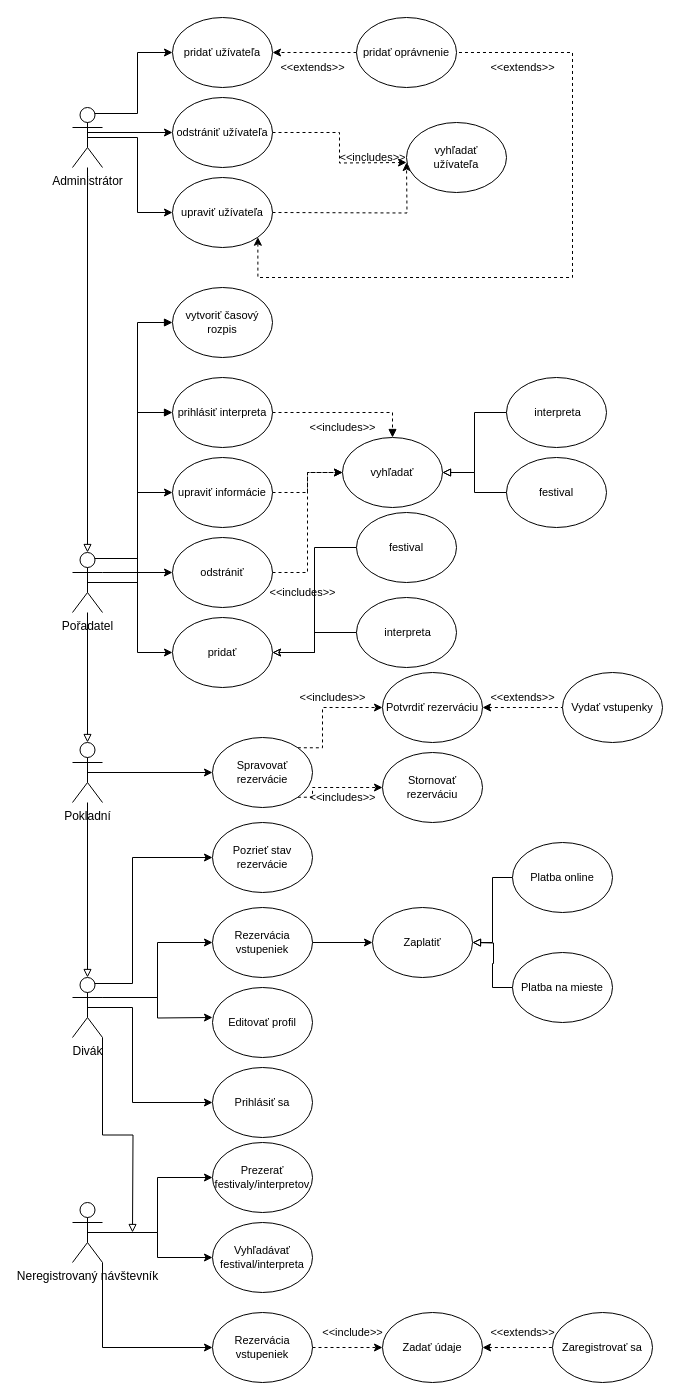
Above: doc/iis_usecase.drawio in palko08/IIS20 (draw.io), before the change. Source tidied: cells renumbered, new cells numbered last; positions are measured from the earlier drawing's top-left corner, leaving out a move shared by most shapes. Both pictures are drawn from the tidied source at 100%, with x=0, y=0 at pixel (72, 17).
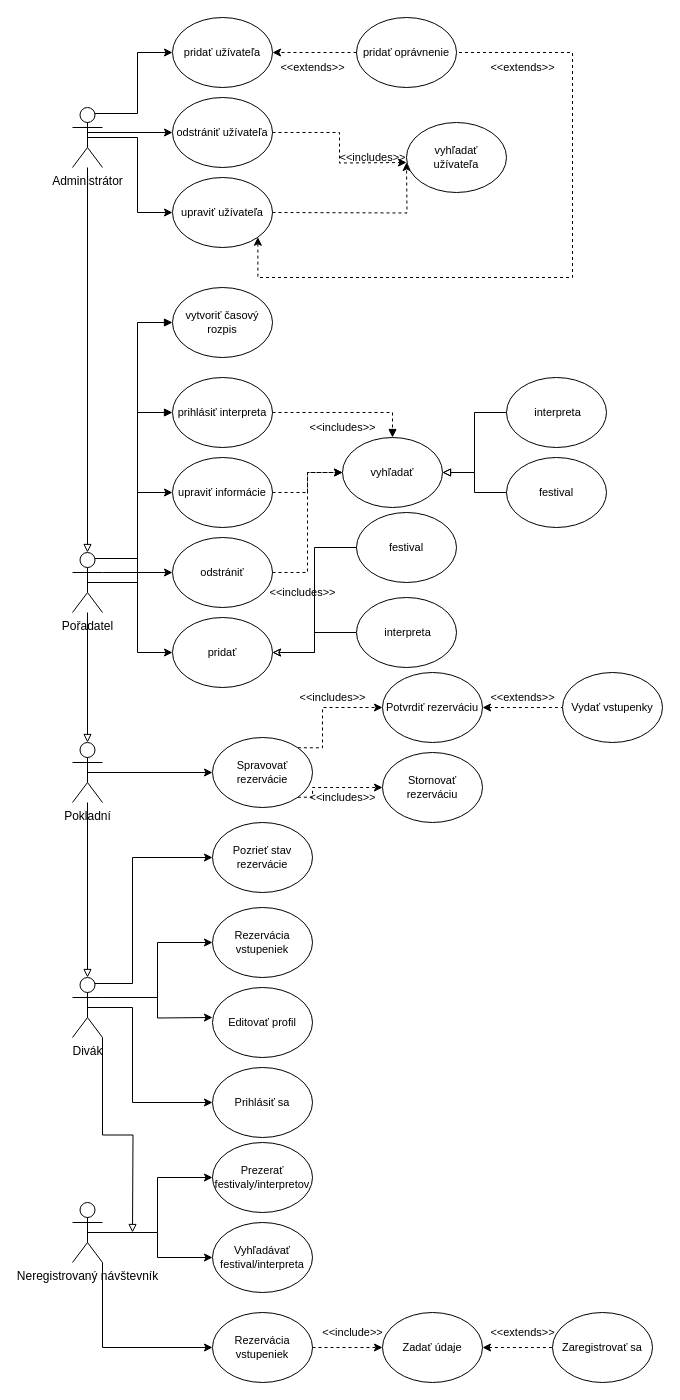
After the change.

Commit message (it also covers changes not shown here):
use case kupit vstupenky zmazane

The edit, as a diff of the source:
```diff
@@
-    <mxCell id="36" style="edgeStyle=orthogonalEdgeStyle;rounded=0;orthogonalLoop=1;jettySize=auto;html=1;exitX=1;exitY=0.5;exitDx=0;exitDy=0;entryX=0;entryY=0.5;entryDx=0;entryDy=0;startArrow=none;startFill=0;endArrow=classic;endFill=1;fontSize=11;" parent="1" edge="1">
-      <mxGeometry relative="1" as="geometry">
-        <mxPoint x="240" y="925" as="sourcePoint" />
-        <mxPoint x="300" y="925" as="targetPoint" />
-      </mxGeometry>
-    </mxCell>
@@
-    <mxCell id="39" style="edgeStyle=orthogonalEdgeStyle;rounded=0;jettySize=auto;html=1;exitX=1;exitY=0.5;exitDx=0;exitDy=0;entryX=0;entryY=0.5;entryDx=0;entryDy=0;startArrow=block;startFill=0;endArrow=none;endFill=0;fontSize=11;" parent="1" edge="1" target="43">
-      <mxGeometry relative="1" as="geometry">
-        <mxPoint x="400" y="925" as="sourcePoint" />
-      </mxGeometry>
-    </mxCell>
-    <mxCell id="40" style="edgeStyle=orthogonalEdgeStyle;rounded=0;jettySize=auto;html=1;exitX=1;exitY=0.5;exitDx=0;exitDy=0;entryX=0;entryY=0.5;entryDx=0;entryDy=0;startArrow=block;startFill=0;endArrow=none;endFill=0;fontSize=11;" parent="1" edge="1" source="41" target="42">
-      <mxGeometry relative="1" as="geometry" />
-    </mxCell>
-    <mxCell id="41" value="Zaplatiť" style="ellipse;whiteSpace=wrap;html=1;fontSize=11;" parent="1" vertex="1">
-      <mxGeometry x="300" y="890" width="100" height="70" as="geometry" />
-    </mxCell>
-    <mxCell id="42" value="Platba online" style="ellipse;whiteSpace=wrap;html=1;fontSize=11;" parent="1" vertex="1">
-      <mxGeometry x="440" y="825" width="100" height="70" as="geometry" />
-    </mxCell>
-    <mxCell id="43" value="Platba na mieste" style="ellipse;whiteSpace=wrap;html=1;fontSize=11;" parent="1" vertex="1">
-      <mxGeometry x="440" y="935" width="100" height="70" as="geometry" />
-    </mxCell>
```
